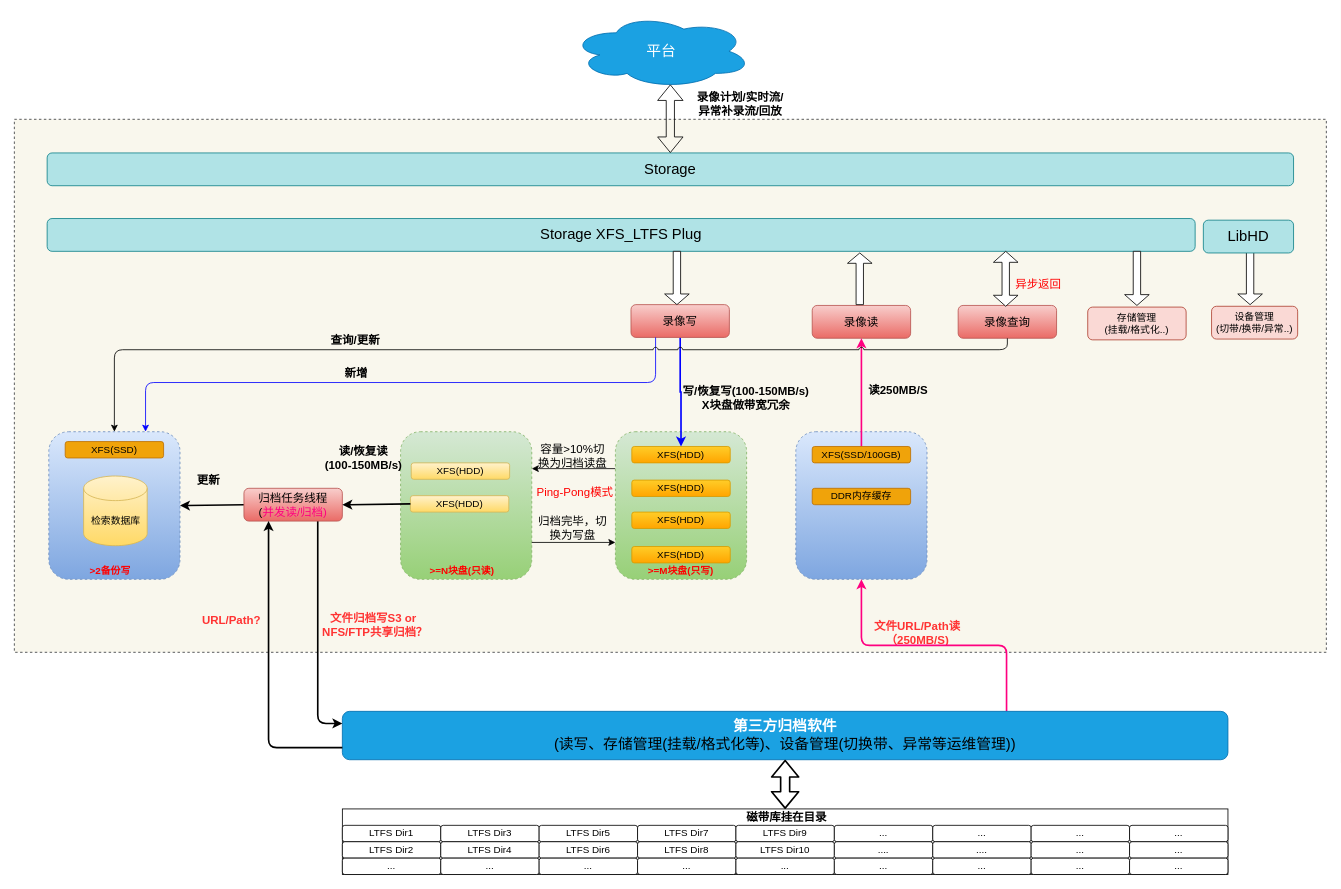
Earlier version of the draw.io diagram Cidai_3.drawio (snowolfhawk/ceph-scripts). Source tidied: cells renumbered, new cells numbered last; positions are measured from the earlier drawing's top-left corner, leaving out a move shared by most shapes. Both pictures are drawn from the tidied source at 82%, with x=0, y=0 at pixel (14, 14).
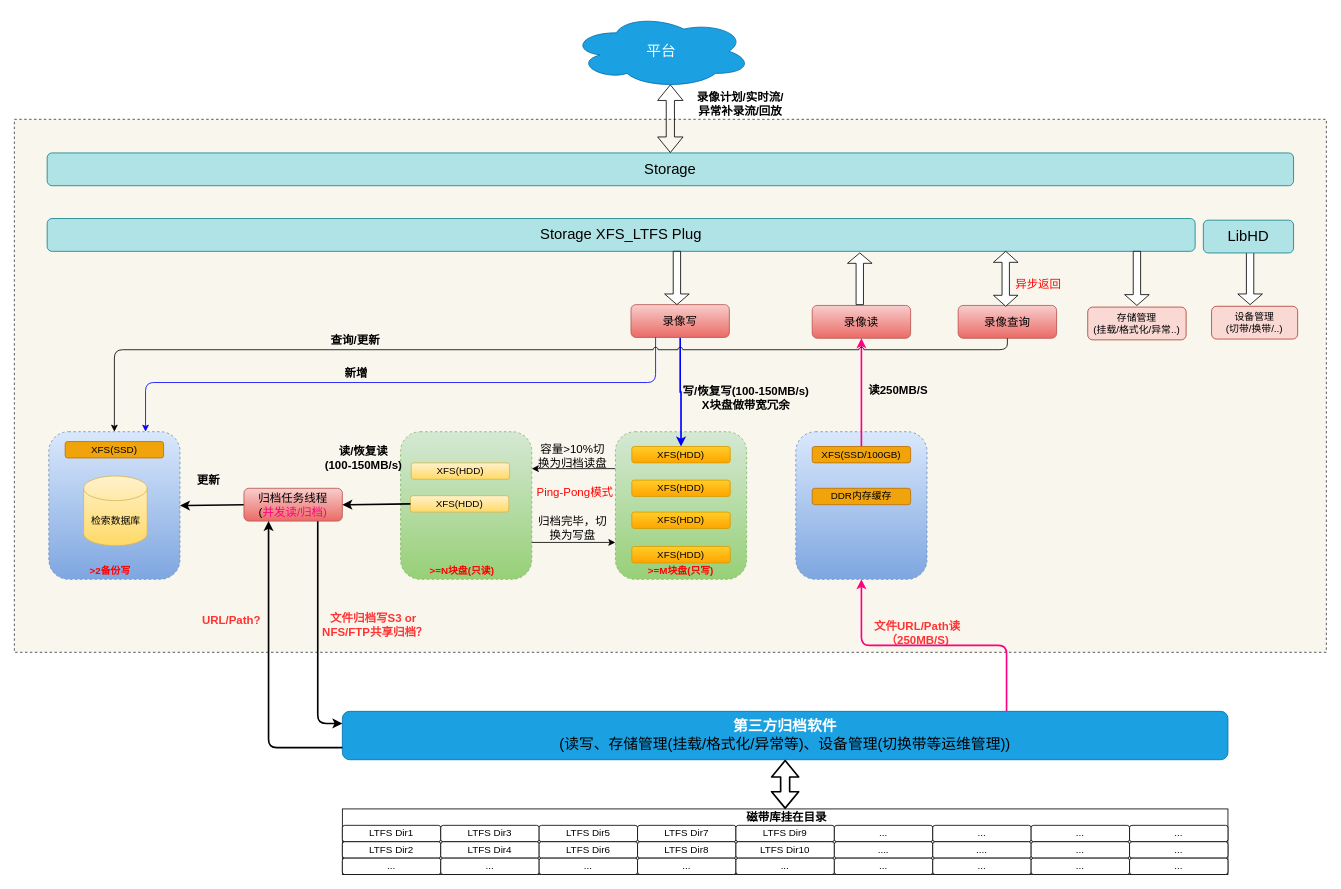
The same diagram, later.

The edit, as a diff of the source:
```diff
@@
-    <mxCell id="57" value="存储管理&lt;br&gt;(挂载/格式化..)" style="rounded=1;whiteSpace=wrap;html=1;fillColor=#fad9d5;strokeColor=#ae4132;" parent="1" vertex="1">
+    <mxCell id="57" value="存储管理&lt;br&gt;(挂载/格式化/异常..)" style="rounded=1;whiteSpace=wrap;html=1;fillColor=#fad9d5;strokeColor=#ae4132;" parent="1" vertex="1">
       <mxGeometry x="1309" y="357" width="120" height="40" as="geometry" />
     </mxCell>
@@
-    <mxCell id="66" value="&lt;span style=&quot;font-size: 18px;&quot;&gt;&lt;b&gt;第三方归档软件&lt;/b&gt;&lt;br&gt;&lt;font color=&quot;#000000&quot;&gt;(读写、存储管理(挂载/格式化等)、设备管理(切换带、异常等运维管理))&lt;/font&gt;&lt;/span&gt;" style="rounded=1;whiteSpace=wrap;html=1;fillColor=#1ba1e2;strokeColor=#006EAF;fontColor=#ffffff;" parent="1" vertex="1">
+    <mxCell id="66" value="&lt;span style=&quot;font-size: 18px;&quot;&gt;&lt;b&gt;第三方归档软件&lt;/b&gt;&lt;br&gt;&lt;font color=&quot;#000000&quot;&gt;(读写、存储管理(挂载/格式化/异常等)、设备管理(切换带等运维管理))&lt;/font&gt;&lt;/span&gt;" style="rounded=1;whiteSpace=wrap;html=1;fillColor=#1ba1e2;strokeColor=#006EAF;fontColor=#ffffff;" parent="1" vertex="1">
       <mxGeometry x="400" y="850" width="1080" height="59" as="geometry" />
     </mxCell>
@@
-    <mxCell id="86" value="设备管理&lt;br&gt;(切带/换带/异常..)" style="rounded=1;whiteSpace=wrap;html=1;fillColor=#fad9d5;strokeColor=#ae4132;" parent="1" vertex="1">
+    <mxCell id="86" value="设备管理&lt;br&gt;(切带/换带/..)" style="rounded=1;whiteSpace=wrap;html=1;fillColor=#fad9d5;strokeColor=#ae4132;" parent="1" vertex="1">
       <mxGeometry x="1460" y="356" width="105" height="40" as="geometry" />
     </mxCell>
```
